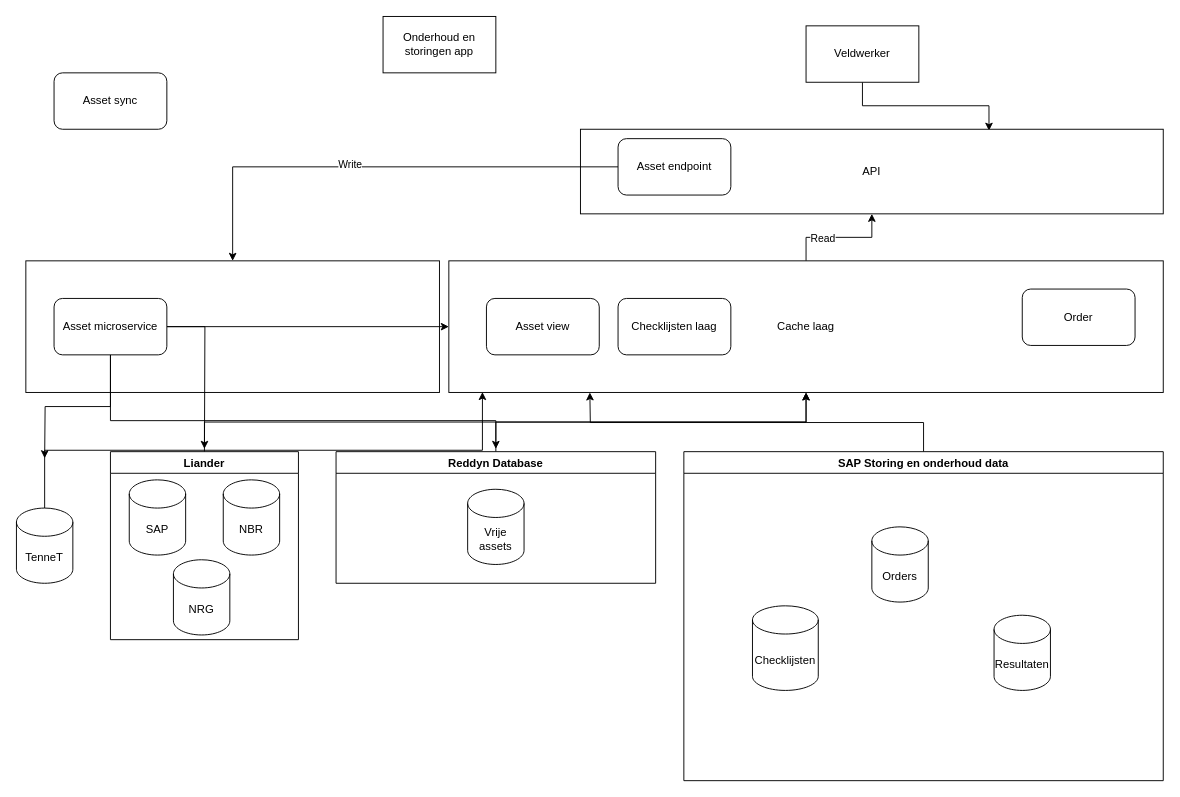
eleemans/Diagrams keeps this draw.io diagram as page "V1" (2 of 2) of reddyn.drawio. Above is the earlier version. Source tidied: cells renumbered, new cells numbered last; positions are measured from the earlier drawing's top-left corner, leaving out a move shared by most shapes. Both pictures are drawn from the tidied source at 94%, with x=0, y=0 at pixel (16, 16).
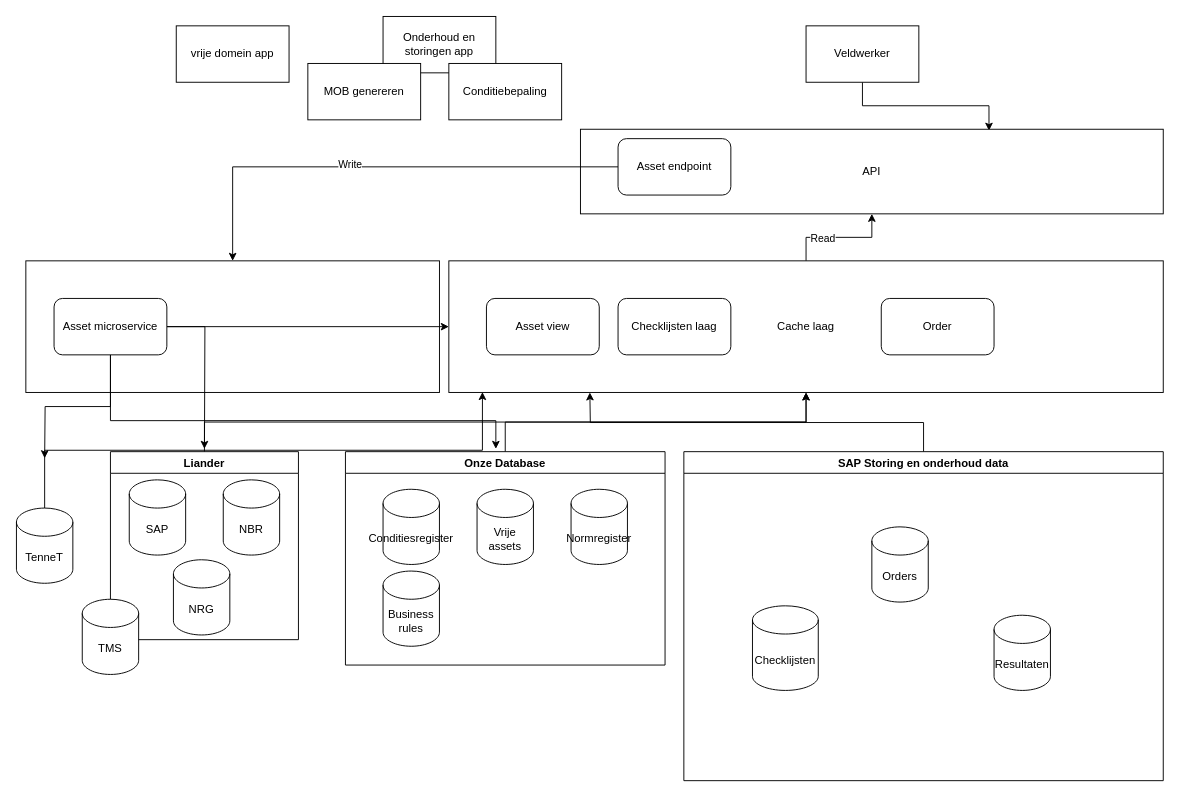
After the change.

What changed in the source:
```diff
@@
-    <mxCell id="8" value="Reddyn Database" style="swimlane;" parent="1" vertex="1">
-      <mxGeometry x="340" y="463" width="340" height="140" as="geometry" />
+    <mxCell id="8" value="Onze Database" style="swimlane;" parent="1" vertex="1">
+      <mxGeometry x="350" y="463" width="340" height="227" as="geometry" />
     </mxCell>
@@
+    <mxCell id="37" value="Conditiesregister" style="shape=cylinder3;whiteSpace=wrap;html=1;boundedLbl=1;backgroundOutline=1;size=15;" parent="8" vertex="1">
+      <mxGeometry x="40" y="40" width="60" height="80" as="geometry" />
+    </mxCell>
+    <mxCell id="38" value="Normregister" style="shape=cylinder3;whiteSpace=wrap;html=1;boundedLbl=1;backgroundOutline=1;size=15;" parent="8" vertex="1">
+      <mxGeometry x="240" y="40" width="60" height="80" as="geometry" />
+    </mxCell>
+    <mxCell id="39" value="Business rules" style="shape=cylinder3;whiteSpace=wrap;html=1;boundedLbl=1;backgroundOutline=1;size=15;" parent="8" vertex="1">
+      <mxGeometry x="40" y="127" width="60" height="80" as="geometry" />
+    </mxCell>
@@
-    <mxCell id="13" value="SAP Storing en onderhoud data" style="swimlane;" parent="1" vertex="1">
+    <mxCell id="13" value="SAP Storing en onderhoud data" style="swimlane;startSize=23;" parent="1" vertex="1">
       <mxGeometry x="710" y="463" width="510" height="350" as="geometry" />
     </mxCell>
@@
     <mxCell id="24" value="Order" style="rounded=1;whiteSpace=wrap;html=1;" parent="1" vertex="1">
-      <mxGeometry x="1070" y="290" width="120" height="60" as="geometry" />
+      <mxGeometry x="920" y="300" width="120" height="60" as="geometry" />
     </mxCell>
@@
-    <mxCell id="36" value="Asset sync" style="rounded=1;whiteSpace=wrap;html=1;" parent="1" vertex="1">
-      <mxGeometry x="40" y="60" width="120" height="60" as="geometry" />
-    </mxCell>
+    <mxCell id="40" value="vrije domein app" style="rounded=0;whiteSpace=wrap;html=1;" parent="1" vertex="1">
+      <mxGeometry x="170" y="10" width="120" height="60" as="geometry" />
+    </mxCell>
+    <mxCell id="41" value="Conditiebepaling" style="rounded=0;whiteSpace=wrap;html=1;" parent="1" vertex="1">
+      <mxGeometry x="460" y="50" width="120" height="60" as="geometry" />
+    </mxCell>
+    <mxCell id="42" value="MOB genereren" style="rounded=0;whiteSpace=wrap;html=1;" parent="1" vertex="1">
+      <mxGeometry x="310" y="50" width="120" height="60" as="geometry" />
+    </mxCell>
+    <mxCell id="43" value="TMS" style="shape=cylinder3;whiteSpace=wrap;html=1;boundedLbl=1;backgroundOutline=1;size=15;" parent="1" vertex="1">
+      <mxGeometry x="70" y="620" width="60" height="80" as="geometry" />
+    </mxCell>
```
